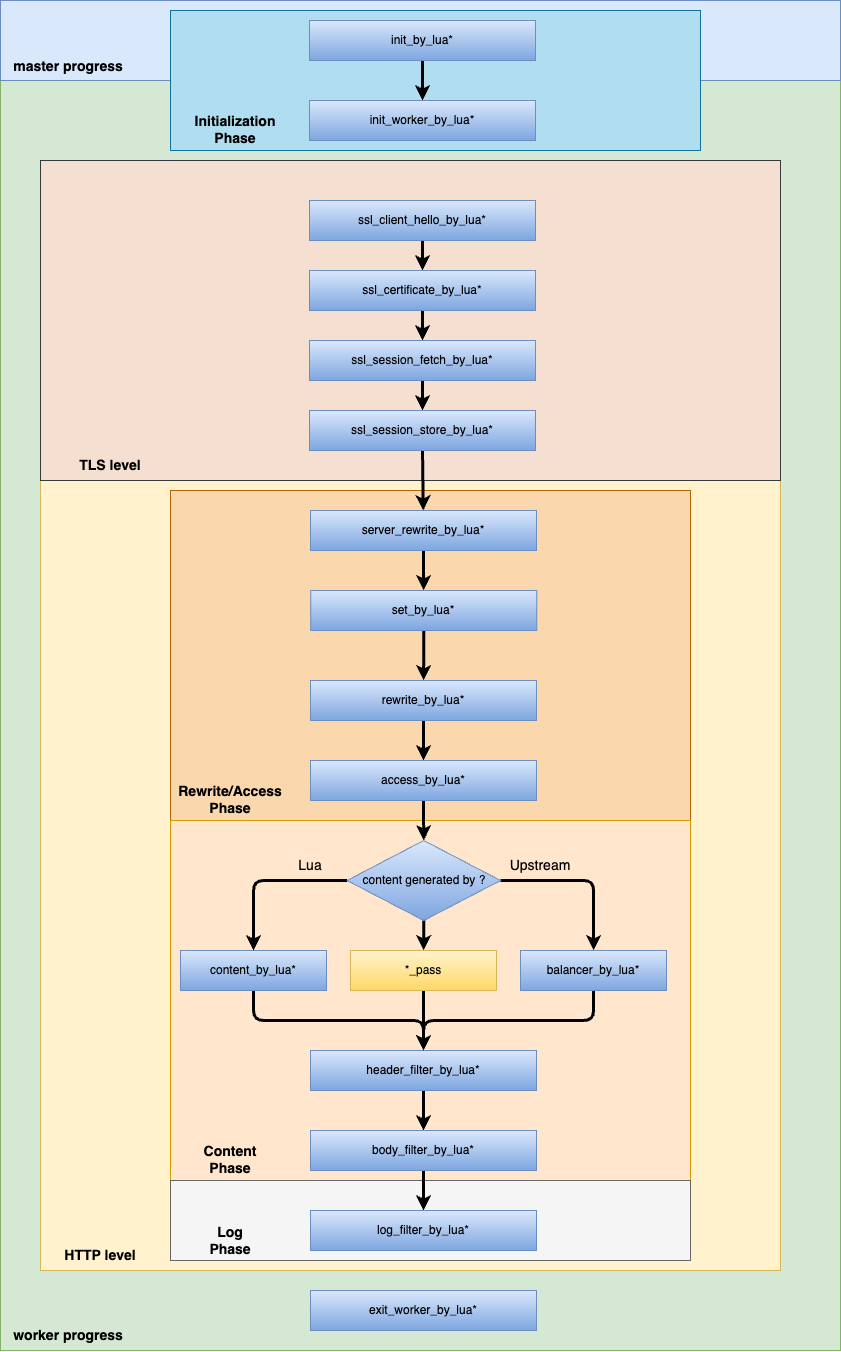
Earlier version of the draw.io export doc/images/lua_nginx_modules_directives.drawio.png (openresty/lua-nginx-module). Source tidied: cells renumbered, new cells last; positions are measured from the earlier drawing's top-left corner, leaving out a move shared by most shapes.
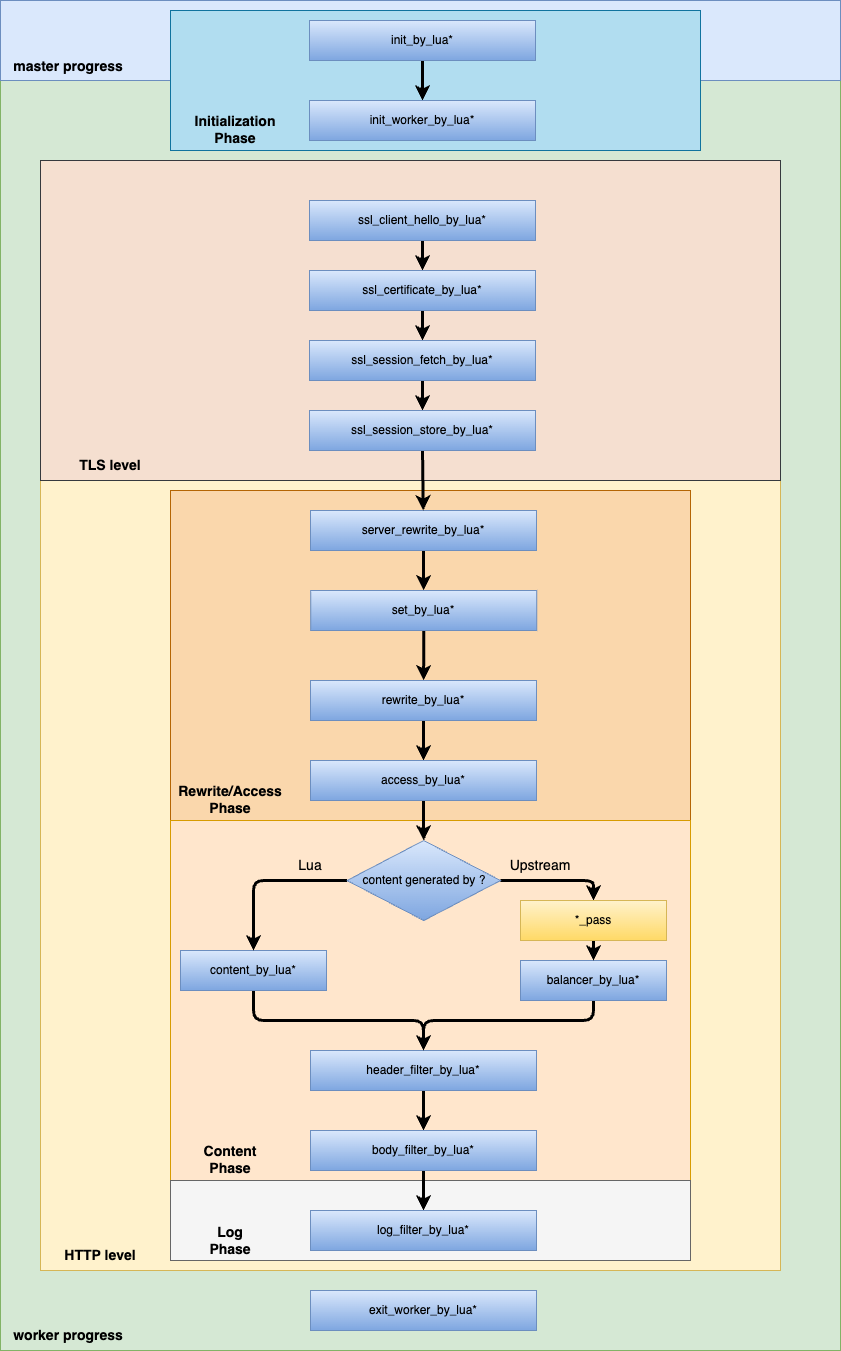
The same diagram one commit later.

Change to the diagram source:
```diff
@@ -81,10 +81,15 @@
       <mxGeometry x="310" y="1210" width="226" height="40" as="geometry" />
     </mxCell>
     <mxCell id="28" style="edgeStyle=orthogonalEdgeStyle;html=1;strokeWidth=3;" parent="1" edge="1" source="29" target="24">
-      <mxGeometry relative="1" as="geometry" />
+      <mxGeometry relative="1" as="geometry">
+        <Array as="points">
+          <mxPoint x="593" y="1020" />
+          <mxPoint x="423" y="1020" />
+        </Array>
+      </mxGeometry>
     </mxCell>
     <mxCell id="29" value="balancer_by_lua*" style="rounded=0;whiteSpace=wrap;html=1;fillColor=#dae8fc;gradientColor=#7ea6e0;strokeColor=#6c8ebf;" parent="1" vertex="1">
-      <mxGeometry x="520" y="950" width="146" height="40" as="geometry" />
+      <mxGeometry x="520" y="960" width="146" height="40" as="geometry" />
     </mxCell>
     <mxCell id="30" style="edgeStyle=none;html=1;exitX=0.5;exitY=1;exitDx=0;exitDy=0;entryX=0.5;entryY=0;entryDx=0;entryDy=0;strokeWidth=3;" parent="1" edge="1" source="31" target="33">
       <mxGeometry relative="1" as="geometry" />
@@ -116,10 +121,7 @@
     <mxCell id="39" style="edgeStyle=orthogonalEdgeStyle;html=1;exitX=0;exitY=0.5;exitDx=0;exitDy=0;entryX=0.5;entryY=0;entryDx=0;entryDy=0;strokeWidth=3;" parent="1" edge="1" source="42" target="22">
       <mxGeometry relative="1" as="geometry" />
     </mxCell>
-    <mxCell id="40" style="edgeStyle=orthogonalEdgeStyle;html=1;exitX=1;exitY=0.5;exitDx=0;exitDy=0;strokeWidth=3;" parent="1" edge="1" source="42" target="29">
-      <mxGeometry relative="1" as="geometry" />
-    </mxCell>
-    <mxCell id="41" style="edgeStyle=none;html=1;exitX=0.5;exitY=1;exitDx=0;exitDy=0;strokeWidth=3;fontSize=14;" parent="1" edge="1" source="42" target="54">
+    <mxCell id="41" style="edgeStyle=orthogonalEdgeStyle;html=1;exitX=1;exitY=0.5;exitDx=0;exitDy=0;entryX=0.5;entryY=0;entryDx=0;entryDy=0;strokeWidth=3;" parent="1" edge="1" source="42" target="54">
       <mxGeometry relative="1" as="geometry" />
     </mxCell>
     <mxCell id="42" value="content generated by ?" style="rhombus;whiteSpace=wrap;html=1;fillColor=#dae8fc;gradientColor=#7ea6e0;strokeColor=#6c8ebf;" parent="1" vertex="1">
@@ -155,11 +157,11 @@
     <mxCell id="52" value="Upstream" style="text;html=1;strokeColor=none;fillColor=none;align=center;verticalAlign=middle;whiteSpace=wrap;rounded=0;fontSize=14;" parent="1" vertex="1">
       <mxGeometry x="510" y="850" width="60" height="30" as="geometry" />
     </mxCell>
-    <mxCell id="53" style="edgeStyle=none;html=1;exitX=0.5;exitY=1;exitDx=0;exitDy=0;entryX=0.5;entryY=0;entryDx=0;entryDy=0;strokeWidth=3;fontSize=14;" parent="1" edge="1" source="54" target="24">
-      <mxGeometry relative="1" as="geometry" />
-    </mxCell>
+    <mxCell id="55" style="edgeStyle=orthogonalEdgeStyle;html=1;exitX=0.5;exitY=1;exitDx=0;exitDy=0;entryX=0.5;entryY=0;entryDx=0;entryDy=0;strokeWidth=3;" parent="1" edge="1" source="54" target="29">
+      <mxGeometry relative="1" as="geometry" />
+    </mxCell>
     <mxCell id="54" value="*_pass" style="rounded=0;whiteSpace=wrap;html=1;fillColor=#fff2cc;gradientColor=#ffd966;strokeColor=#d6b656;" parent="1" vertex="1">
-      <mxGeometry x="350" y="950" width="146" height="40" as="geometry" />
+      <mxGeometry x="520" y="900" width="146" height="40" as="geometry" />
     </mxCell>
   </root>
 </mxGraphModel>
```
